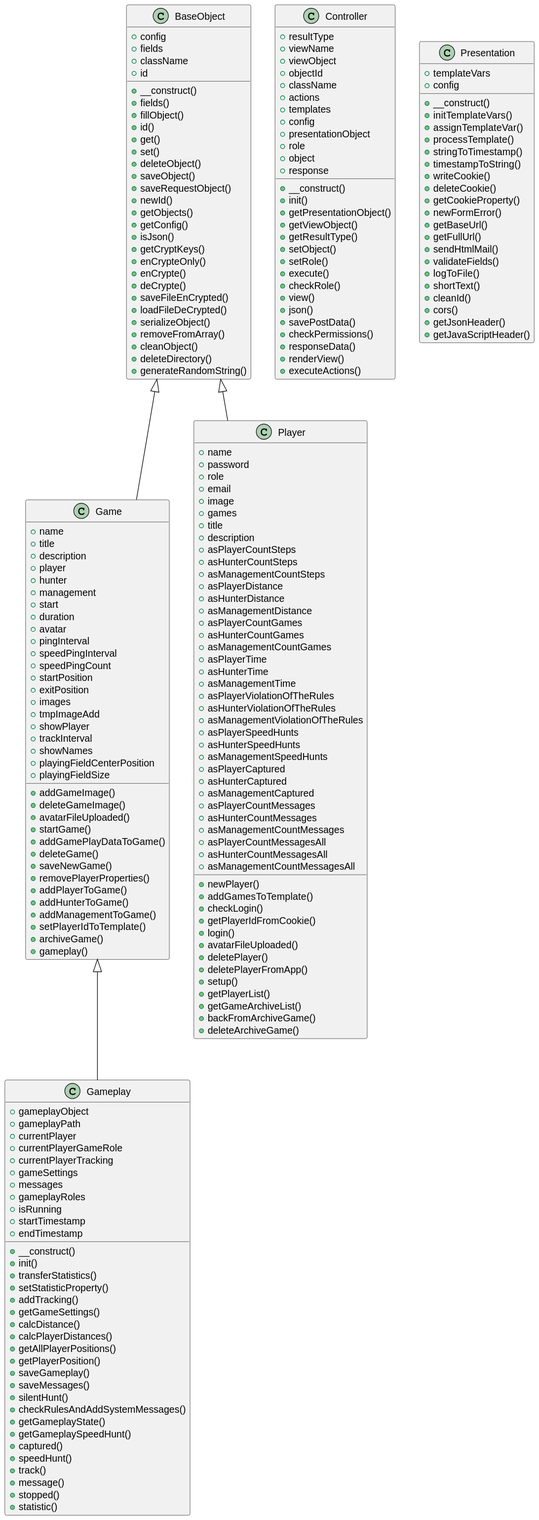
septem-sensu/friendshunt keeps this PlantUML diagram as includes/docs/php/graphs/classes.svg. Above is the earlier version.
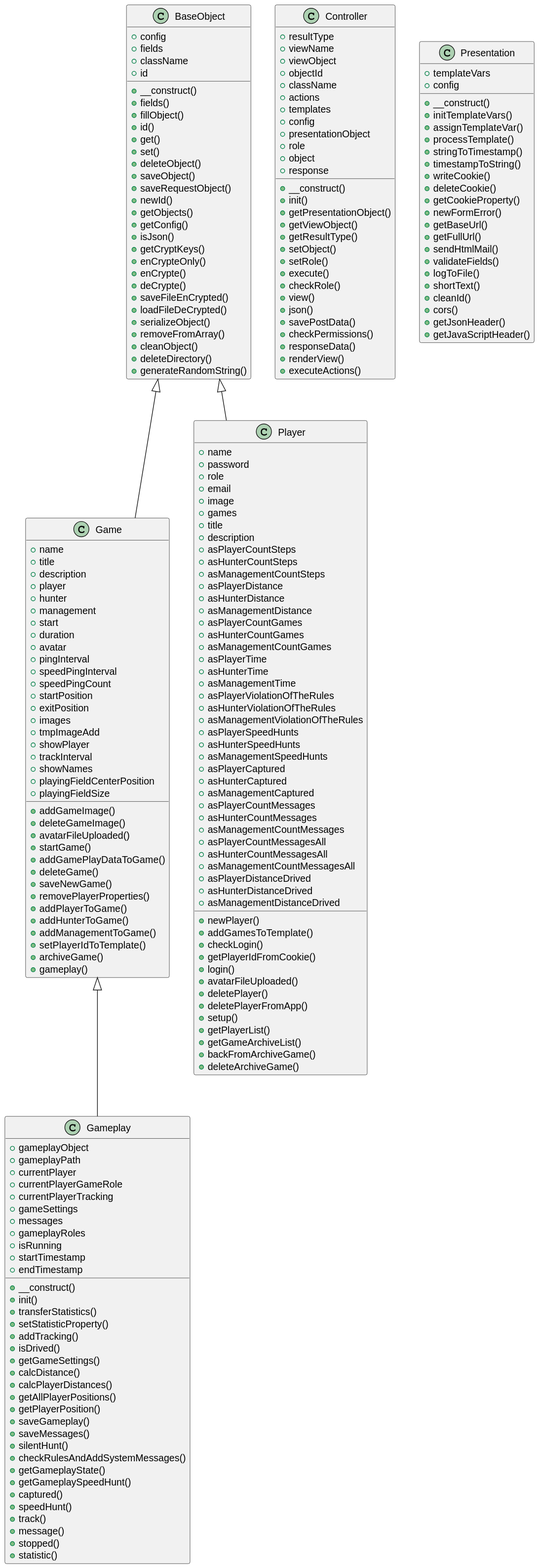
The same file after the commit.

The edit, as a diff of the source:
```diff
@@ -116,6 +116,7 @@
   +transferStatistics()
   +setStatisticProperty()
   +addTracking()
+  +isDrived()
   +getGameSettings()
   +calcDistance()
   +calcPlayerDistances()
@@ -171,6 +172,9 @@
   +asPlayerCountMessagesAll
   +asHunterCountMessagesAll
   +asManagementCountMessagesAll
+  +asPlayerDistanceDrived
+  +asHunterDistanceDrived
+  +asManagementDistanceDrived
   +newPlayer()
   +addGamesToTemplate()
   +checkLogin()
```
